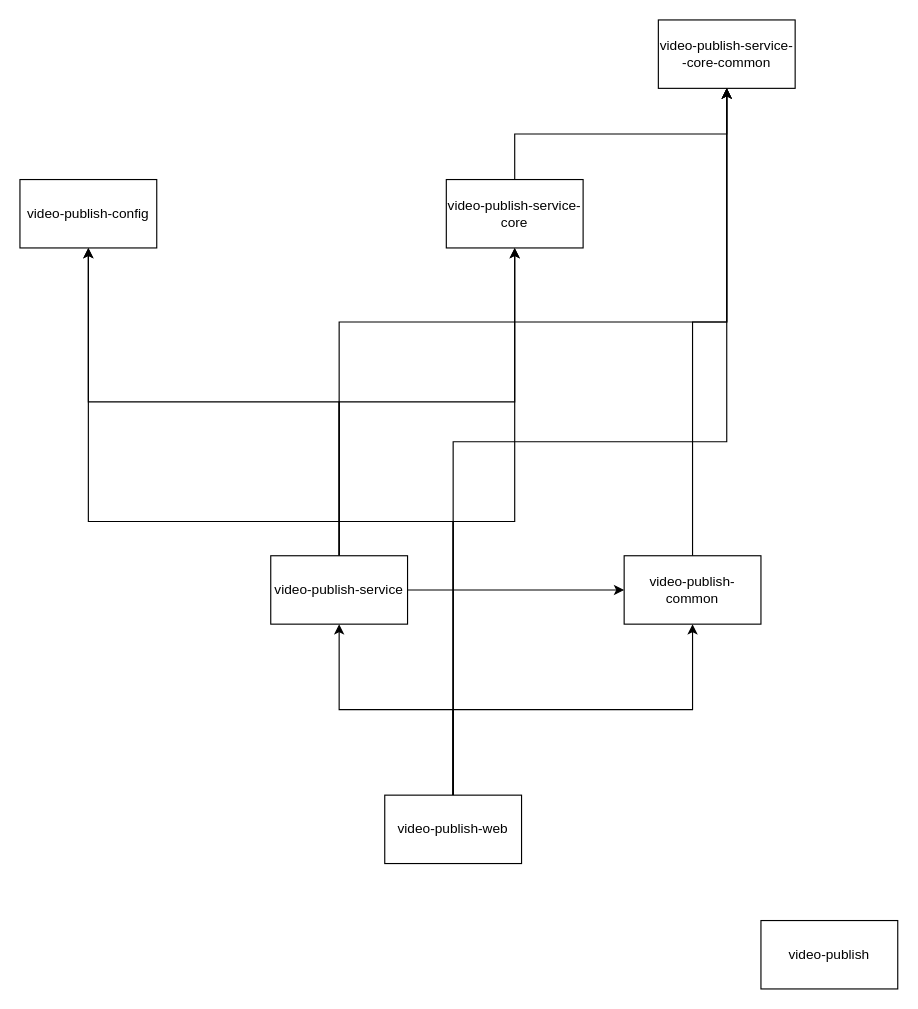
The draw.io diagram Untitled Diagram.drawio in daadreeam/prac, before the edit. Source tidied: cells renumbered, new cells numbered last; positions are measured from the earlier drawing's top-left corner, leaving out a move shared by most shapes. Both pictures are drawn from the tidied source at 114%, with x=0, y=0 at pixel (19, 19).
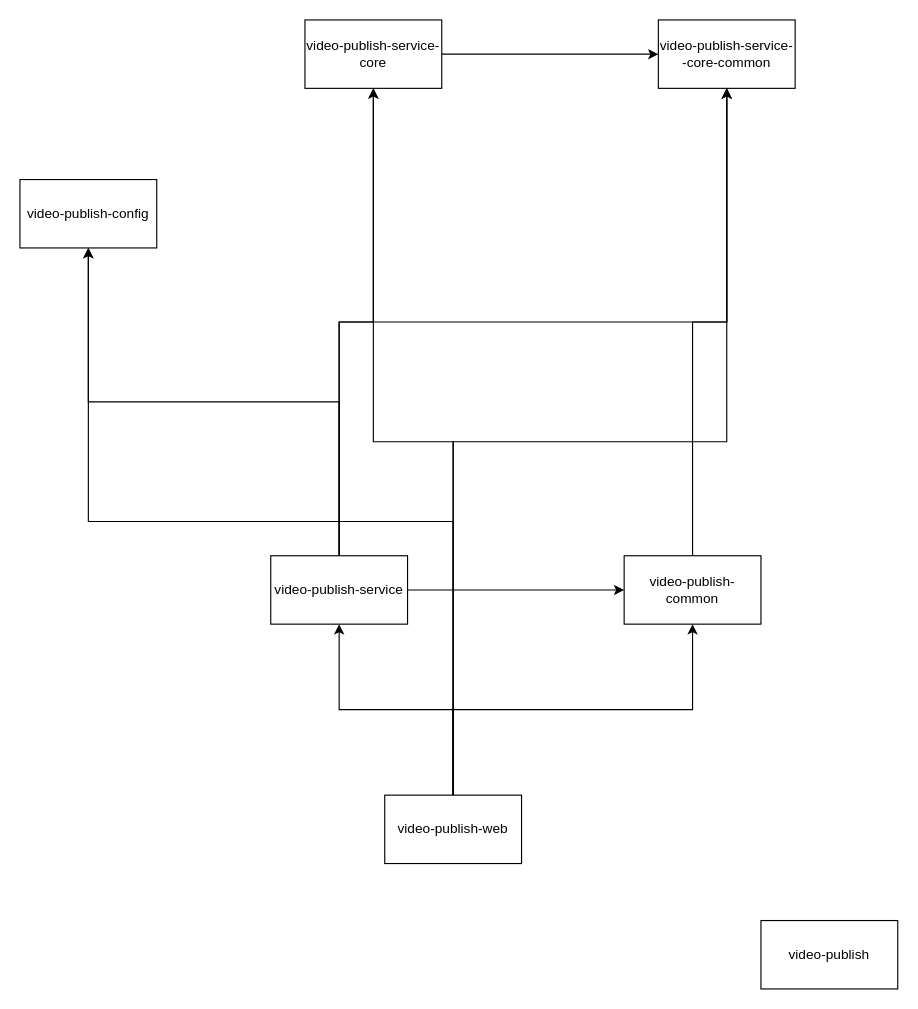
The same diagram, later.

Unchanged cells that the change refers to:
```xml
<mxCell id="11" value="video-publish-service--core-common" style="rounded=0;whiteSpace=wrap;html=1;" parent="1" vertex="1">
  <mxGeometry x="560" width="120" height="60" as="geometry" />
</mxCell>
```

What changed in the source:
```diff
@@
-    <mxCell id="9" style="edgeStyle=orthogonalEdgeStyle;rounded=0;jettySize=auto;html=1;exitX=0.5;exitY=0;exitDx=0;exitDy=0;entryX=0.5;entryY=1;entryDx=0;entryDy=0;" parent="1" edge="1" source="10" target="11">
+    <mxCell id="9" style="edgeStyle=orthogonalEdgeStyle;rounded=0;jettySize=auto;html=1;exitX=1;exitY=0.5;exitDx=0;exitDy=0;entryX=0;entryY=0.5;entryDx=0;entryDy=0;" parent="1" edge="1" source="10" target="11">
       <mxGeometry relative="1" as="geometry" />
     </mxCell>
     <mxCell id="10" value="video-publish-service-core" style="rounded=0;whiteSpace=wrap;html=1;" parent="1" vertex="1">
-      <mxGeometry x="374" y="140" width="120" height="60" as="geometry" />
+      <mxGeometry x="250" width="120" height="60" as="geometry" />
     </mxCell>
```
